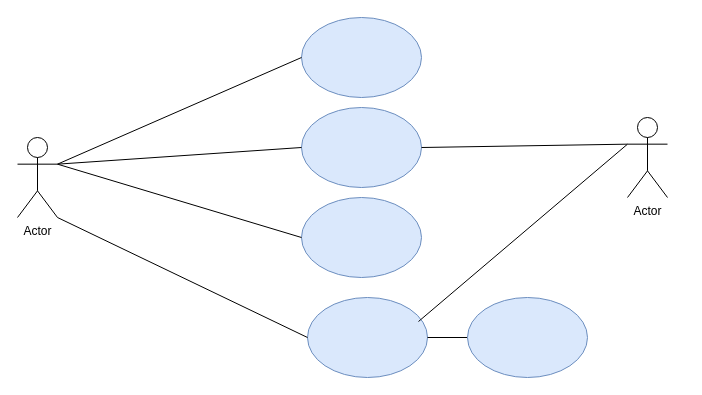
Before: page "Página-1" (1 of 5) of diagramaderequisitos.drawio in jkkauany/diagramaderequisitos, a draw.io diagram. Source tidied: cells renumbered, new cells numbered last; positions are measured from the earlier drawing's top-left corner, leaving out a move shared by most shapes. Both pictures are drawn from the tidied source at 100%, with x=0, y=0 at pixel (17, 17).
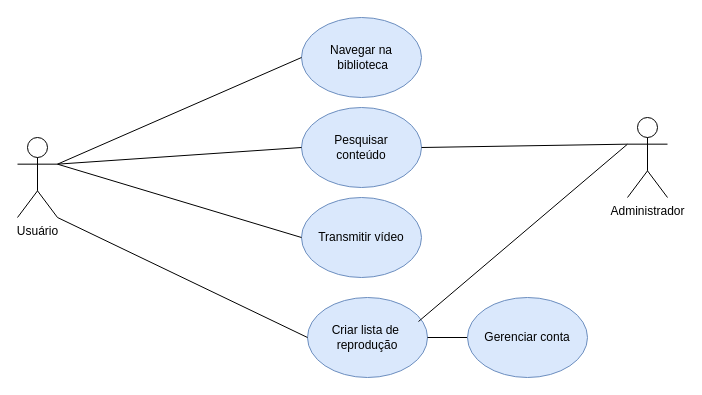
The same diagram, later.

What changed in the source:
```diff
@@
 <mxGraphModel>
   <root>
     <mxCell id="0" />
     <mxCell id="1" parent="0" />
-    <mxCell id="2" style="ellipse;whiteSpace=wrap;html=1;fillColor=#dae8fc;strokeColor=#6c8ebf;" parent="1" vertex="1">
+    <mxCell id="2" value="Navegar na&lt;div&gt;&amp;nbsp;biblioteca&lt;/div&gt;" style="ellipse;whiteSpace=wrap;html=1;fillColor=#dae8fc;strokeColor=#6c8ebf;" parent="1" vertex="1">
       <mxGeometry x="284" width="120" height="80" as="geometry" />
     </mxCell>
-    <mxCell id="3" style="ellipse;whiteSpace=wrap;html=1;fillColor=#dae8fc;strokeColor=#6c8ebf;" parent="1" vertex="1">
+    <mxCell id="3" value="Pesquisar&lt;div&gt;conteúdo&lt;/div&gt;" style="ellipse;whiteSpace=wrap;html=1;fillColor=#dae8fc;strokeColor=#6c8ebf;" parent="1" vertex="1">
       <mxGeometry x="284" y="90" width="120" height="80" as="geometry" />
     </mxCell>
-    <mxCell id="4" style="ellipse;whiteSpace=wrap;html=1;fillColor=#dae8fc;strokeColor=#6c8ebf;" parent="1" vertex="1">
+    <mxCell id="4" value="Transmitir vídeo" style="ellipse;whiteSpace=wrap;html=1;fillColor=#dae8fc;strokeColor=#6c8ebf;" parent="1" vertex="1">
       <mxGeometry x="284" y="180" width="120" height="80" as="geometry" />
     </mxCell>
-    <mxCell id="5" style="ellipse;whiteSpace=wrap;html=1;fillColor=#dae8fc;strokeColor=#6c8ebf;" parent="1" vertex="1">
+    <mxCell id="5" value="Criar lista de&amp;nbsp;&lt;div&gt;reprodução&lt;/div&gt;" style="ellipse;whiteSpace=wrap;html=1;fillColor=#dae8fc;strokeColor=#6c8ebf;" parent="1" vertex="1">
       <mxGeometry x="290" y="280" width="120" height="80" as="geometry" />
     </mxCell>
-    <mxCell id="6" value="Actor" style="shape=umlActor;verticalLabelPosition=bottom;verticalAlign=top;html=1;outlineConnect=0;" parent="1" vertex="1">
+    <mxCell id="6" value="Usuário" style="shape=umlActor;verticalLabelPosition=bottom;verticalAlign=top;html=1;outlineConnect=0;" parent="1" vertex="1">
       <mxGeometry y="120" width="40" height="80" as="geometry" />
     </mxCell>
     <mxCell id="7" style="endArrow=none;html=1;rounded=0;entryX=0;entryY=0.5;entryDx=0;entryDy=0;exitX=1;exitY=0.3333333333333333;exitDx=0;exitDy=0;exitPerimeter=0;" parent="1" edge="1" source="6" target="2">
       <mxGeometry relative="1" as="geometry" />
     </mxCell>
     <mxCell id="8" style="endArrow=none;html=1;rounded=0;entryX=0;entryY=0.5;entryDx=0;entryDy=0;exitX=1;exitY=0.3333333333333333;exitDx=0;exitDy=0;exitPerimeter=0;" parent="1" edge="1" source="6" target="4">
       <mxGeometry relative="1" as="geometry" />
     </mxCell>
     <mxCell id="9" style="endArrow=none;html=1;rounded=0;exitX=1;exitY=1;exitDx=0;exitDy=0;exitPerimeter=0;entryX=0;entryY=0.5;entryDx=0;entryDy=0;" parent="1" edge="1" source="6" target="5">
       <mxGeometry relative="1" as="geometry" />
     </mxCell>
     <mxCell id="10" style="endArrow=none;html=1;rounded=0;exitX=1;exitY=0.5;exitDx=0;exitDy=0;entryX=0;entryY=0.5;entryDx=0;entryDy=0;" parent="1" edge="1" source="5" target="11">
       <mxGeometry relative="1" as="geometry" />
     </mxCell>
-    <mxCell id="11" style="ellipse;whiteSpace=wrap;html=1;fillColor=#dae8fc;strokeColor=#6c8ebf;" parent="1" vertex="1">
+    <mxCell id="11" value="Gerenciar conta" style="ellipse;whiteSpace=wrap;html=1;fillColor=#dae8fc;strokeColor=#6c8ebf;" parent="1" vertex="1">
       <mxGeometry x="450" y="280" width="120" height="80" as="geometry" />
     </mxCell>
     <mxCell id="12" style="endArrow=none;html=1;rounded=0;exitX=0.925;exitY=0.3;exitDx=0;exitDy=0;exitPerimeter=0;entryX=0;entryY=0.3333333333333333;entryDx=0;entryDy=0;entryPerimeter=0;" parent="1" edge="1" source="5" target="14">
       <mxGeometry relative="1" as="geometry" />
     </mxCell>
     <mxCell id="13" style="endArrow=none;html=1;rounded=0;exitX=1;exitY=0.5;exitDx=0;exitDy=0;entryX=0;entryY=0.3333333333333333;entryDx=0;entryDy=0;entryPerimeter=0;" parent="1" edge="1" source="3" target="14">
       <mxGeometry relative="1" as="geometry" />
     </mxCell>
-    <mxCell id="14" value="Actor" style="shape=umlActor;verticalLabelPosition=bottom;verticalAlign=top;html=1;outlineConnect=0;" parent="1" vertex="1">
+    <mxCell id="14" value="Administrador" style="shape=umlActor;verticalLabelPosition=bottom;verticalAlign=top;html=1;outlineConnect=0;" parent="1" vertex="1">
       <mxGeometry x="610" y="100" width="40" height="80" as="geometry" />
     </mxCell>
     <mxCell id="15" style="endArrow=none;html=1;rounded=0;entryX=0;entryY=0.5;entryDx=0;entryDy=0;exitX=1;exitY=0.3333333333333333;exitDx=0;exitDy=0;exitPerimeter=0;" parent="1" edge="1" source="6" target="3">
       <mxGeometry relative="1" as="geometry" />
     </mxCell>
   </root>
 </mxGraphModel>
```
